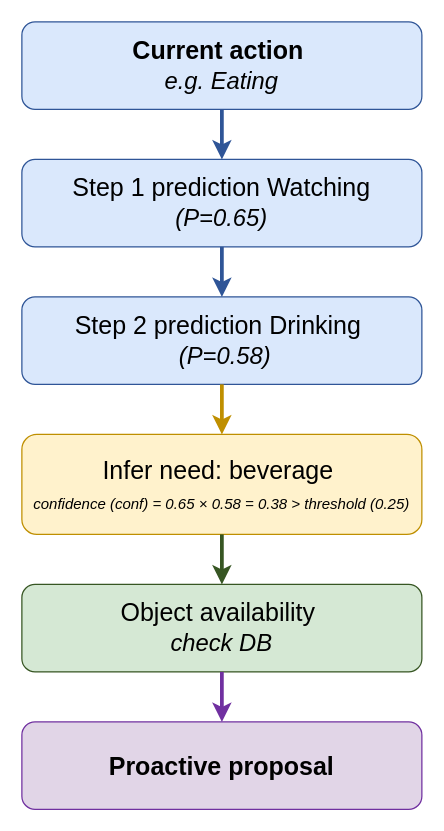
The draw.io diagram drawch3/3.8_2step_lookahead.drawio in wenny2377/pythonBackend3, before the edit. Source tidied: cells renumbered, new cells numbered last; positions are measured from the earlier drawing's top-left corner, leaving out a move shared by most shapes. Both pictures are drawn from the tidied source at 125%, with x=0, y=0 at pixel (21, 21).
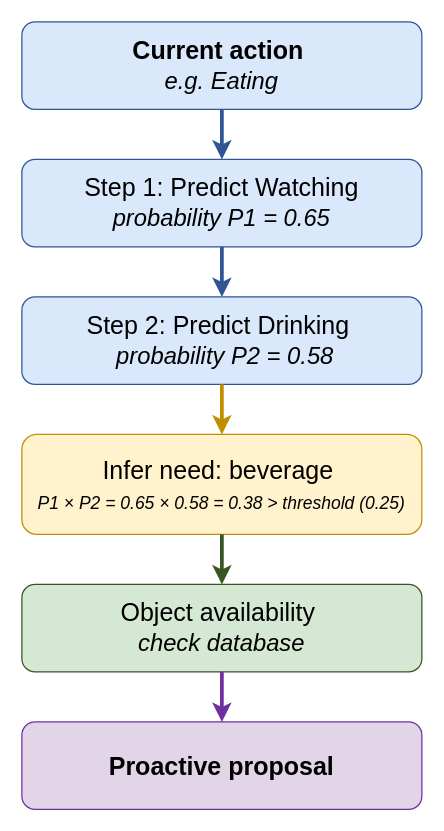
Above is the later version.

What changed in the source:
```diff
@@
 <mxGraphModel>
   <root>
     <mxCell id="0" />
     <mxCell id="1" parent="0" />
-    <mxCell id="2" value="Current action&amp;nbsp;&lt;div&gt;&lt;i&gt;&lt;font style=&quot;font-size: 19px; font-weight: normal;&quot;&gt;e.g. Eating&lt;/font&gt;&lt;/i&gt;&lt;/div&gt;" style="rounded=1;whiteSpace=wrap;html=1;fillColor=#dae8fc;strokeColor=#2f5597;fontColor=#000000;fontSize=20;fontStyle=1;" parent="1" vertex="1">
+    <mxCell id="2" value="Current action &lt;div&gt;&lt;i&gt;&lt;font style=&quot;font-size: 19px; font-weight: normal;&quot;&gt;e.g. Eating&lt;/font&gt;&lt;/i&gt;&lt;/div&gt;" style="rounded=1;whiteSpace=wrap;html=1;fillColor=#dae8fc;strokeColor=#2f5597;fontColor=#000000;fontSize=20;fontStyle=1;" parent="1" vertex="1">
       <mxGeometry width="320" height="70" as="geometry" />
     </mxCell>
-    <mxCell id="3" value="Step 1 prediction Watching&lt;div&gt;&lt;font style=&quot;font-size: 19px;&quot;&gt;&lt;i&gt;(P=0.65)&lt;/i&gt;&lt;/font&gt;&lt;/div&gt;" style="rounded=1;whiteSpace=wrap;html=1;fillColor=#dae8fc;strokeColor=#2f5597;fontColor=#000000;fontSize=20;" parent="1" vertex="1">
+    <mxCell id="3" value="Step 1: Predict Watching&lt;div&gt;&lt;font style=&quot;font-size: 19px;&quot;&gt;&lt;i&gt;probability P1 = 0.65&lt;/i&gt;&lt;/font&gt;&lt;/div&gt;" style="rounded=1;whiteSpace=wrap;html=1;fillColor=#dae8fc;strokeColor=#2f5597;fontColor=#000000;fontSize=20;" parent="1" vertex="1">
       <mxGeometry y="110" width="320" height="70" as="geometry" />
     </mxCell>
-    <mxCell id="4" value="Step 2 prediction Drinking&amp;nbsp;&lt;div&gt;&amp;nbsp;&lt;i&gt;&lt;font style=&quot;font-size: 19px;&quot;&gt;(P=0.58)&lt;/font&gt;&lt;/i&gt;&lt;/div&gt;" style="rounded=1;whiteSpace=wrap;html=1;fillColor=#dae8fc;strokeColor=#2f5597;fontColor=#000000;fontSize=20;" parent="1" vertex="1">
+    <mxCell id="4" value="Step 2: Predict Drinking &lt;div&gt; &lt;i&gt;&lt;font style=&quot;font-size: 19px;&quot;&gt;probability P2 = 0.58&lt;/font&gt;&lt;/i&gt;&lt;/div&gt;" style="rounded=1;whiteSpace=wrap;html=1;fillColor=#dae8fc;strokeColor=#2f5597;fontColor=#000000;fontSize=20;" parent="1" vertex="1">
       <mxGeometry y="220" width="320" height="70" as="geometry" />
     </mxCell>
-    <mxCell id="5" value="Infer need: beverage&amp;nbsp;&lt;div&gt;&lt;font style=&quot;font-size: 12px;&quot;&gt;&lt;i style=&quot;&quot;&gt;confidence (conf) = 0.65 × 0.58 = 0.38 &amp;gt; threshold (0.25)&lt;/i&gt;&lt;/font&gt;&lt;/div&gt;" style="rounded=1;whiteSpace=wrap;html=1;fillColor=#fff2cc;strokeColor=#bf8f00;fontColor=#000000;fontSize=20;" parent="1" vertex="1">
+    <mxCell id="5" value="Infer need: beverage&amp;nbsp;&lt;div&gt;&lt;font style=&quot;font-size: 14px;&quot;&gt;&lt;i style=&quot;&quot;&gt;P1 × P2 = 0.65 × 0.58 = 0.38 &amp;gt; threshold (0.25)&lt;/i&gt;&lt;/font&gt;&lt;/div&gt;" style="rounded=1;whiteSpace=wrap;html=1;fillColor=#fff2cc;strokeColor=#bf8f00;fontColor=#000000;fontSize=20;" parent="1" vertex="1">
       <mxGeometry y="330" width="320" height="80" as="geometry" />
     </mxCell>
-    <mxCell id="6" value="Object availability&amp;nbsp;&lt;div&gt;&lt;i&gt;&lt;font style=&quot;font-size: 19px;&quot;&gt;check DB&lt;/font&gt;&lt;/i&gt;&lt;/div&gt;" style="rounded=1;whiteSpace=wrap;html=1;fillColor=#d5e8d4;strokeColor=#375623;fontColor=#000000;fontSize=20;" parent="1" vertex="1">
+    <mxCell id="6" value="Object availability&amp;nbsp;&lt;div&gt;&lt;i&gt;&lt;font style=&quot;font-size: 19px;&quot;&gt;check database&lt;/font&gt;&lt;/i&gt;&lt;/div&gt;" style="rounded=1;whiteSpace=wrap;html=1;fillColor=#d5e8d4;strokeColor=#375623;fontColor=#000000;fontSize=20;" parent="1" vertex="1">
       <mxGeometry y="450" width="320" height="70" as="geometry" />
     </mxCell>
     <mxCell id="7" value="Proactive proposal" style="rounded=1;whiteSpace=wrap;html=1;fillColor=#e1d5e7;strokeColor=#7030a0;fontColor=#000000;fontSize=20;fontStyle=1;" parent="1" vertex="1">
       <mxGeometry y="560" width="320" height="70" as="geometry" />
     </mxCell>
     <mxCell id="8" style="edgeStyle=orthogonalEdgeStyle;strokeColor=#2f5597;strokeWidth=3;" parent="1" edge="1" source="2" target="3">
       <mxGeometry relative="1" as="geometry" />
     </mxCell>
     <mxCell id="9" style="edgeStyle=orthogonalEdgeStyle;strokeColor=#2f5597;strokeWidth=3;" parent="1" edge="1" source="3" target="4">
       <mxGeometry relative="1" as="geometry" />
     </mxCell>
     <mxCell id="10" style="edgeStyle=orthogonalEdgeStyle;strokeColor=#bf8f00;strokeWidth=3;" parent="1" edge="1" source="4" target="5">
       <mxGeometry relative="1" as="geometry" />
     </mxCell>
     <mxCell id="11" style="edgeStyle=orthogonalEdgeStyle;strokeColor=#375623;strokeWidth=3;" parent="1" edge="1" source="5" target="6">
       <mxGeometry relative="1" as="geometry" />
     </mxCell>
     <mxCell id="12" style="edgeStyle=orthogonalEdgeStyle;strokeColor=#7030a0;strokeWidth=3;" parent="1" edge="1" source="6" target="7">
       <mxGeometry relative="1" as="geometry" />
     </mxCell>
   </root>
 </mxGraphModel>
```
